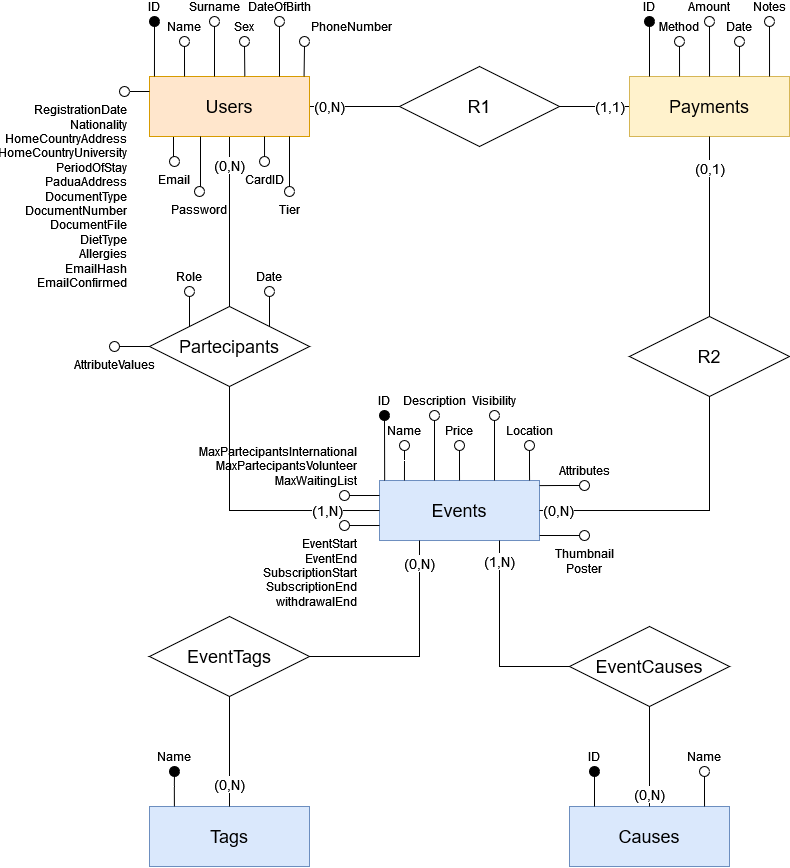
This is wa-homework-report/images/ERSchema.png from NonnoPinto/ESSENTLS-WebApplication2023, a draw.io export, as it was before one commit. Source tidied: cells renumbered, new cells last; positions are measured from the earlier drawing's top-left corner, leaving out a move shared by most shapes.
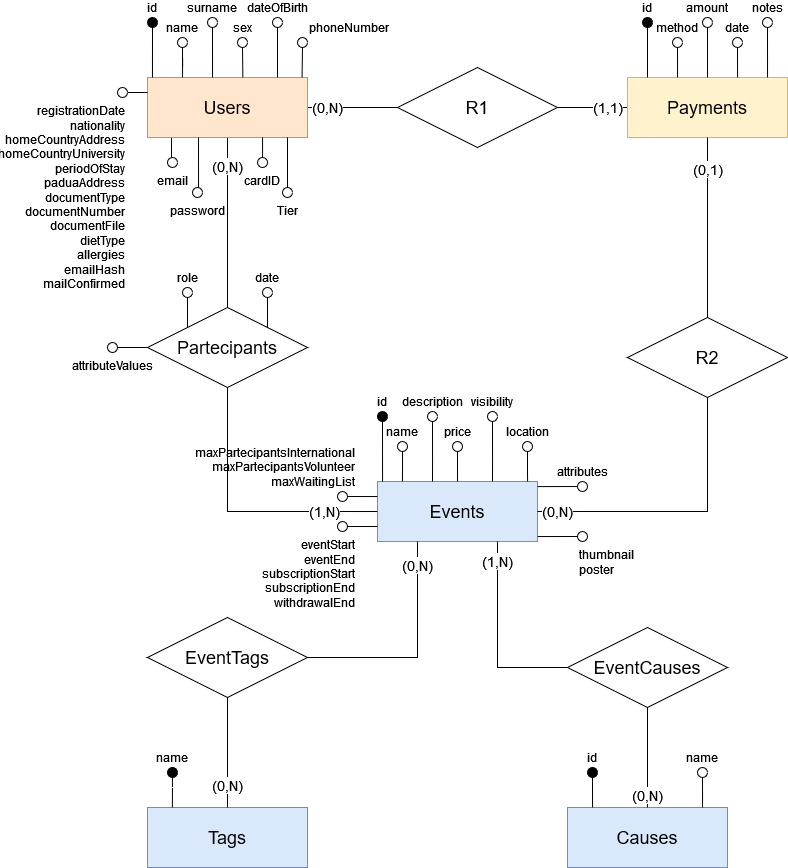
Later version of the same file.

The edit, as a diff of the source:
```diff
@@ -16,3 +16,3 @@
     </mxCell>
-    <mxCell id="6" value="ID" style="ellipse;whiteSpace=wrap;html=1;fontSize=12;labelPosition=center;verticalLabelPosition=top;align=center;verticalAlign=bottom;fillColor=#000000;" parent="1" vertex="1">
+    <mxCell id="6" value="id" style="ellipse;whiteSpace=wrap;html=1;fontSize=12;labelPosition=center;verticalLabelPosition=top;align=center;verticalAlign=bottom;fillColor=#000000;" parent="1" vertex="1">
       <mxGeometry x="40" width="10" height="10" as="geometry" />
@@ -22,3 +22,3 @@
     </mxCell>
-    <mxCell id="8" value="Name" style="ellipse;whiteSpace=wrap;html=1;labelPosition=center;verticalLabelPosition=top;align=center;verticalAlign=bottom;fontSize=12;" parent="1" vertex="1">
+    <mxCell id="8" value="name" style="ellipse;whiteSpace=wrap;html=1;labelPosition=center;verticalLabelPosition=top;align=center;verticalAlign=bottom;fontSize=12;" parent="1" vertex="1">
       <mxGeometry x="70" y="20" width="10" height="10" as="geometry" />
@@ -33,3 +33,3 @@
     </mxCell>
-    <mxCell id="10" value="Surname" style="ellipse;whiteSpace=wrap;html=1;labelPosition=center;verticalLabelPosition=top;align=center;verticalAlign=bottom;fontSize=12;" parent="1" vertex="1">
+    <mxCell id="10" value="surname" style="ellipse;whiteSpace=wrap;html=1;labelPosition=center;verticalLabelPosition=top;align=center;verticalAlign=bottom;fontSize=12;" parent="1" vertex="1">
       <mxGeometry x="100" width="10" height="10" as="geometry" />
@@ -39,3 +39,3 @@
     </mxCell>
-    <mxCell id="12" value="CardID" style="ellipse;whiteSpace=wrap;html=1;labelPosition=center;verticalLabelPosition=bottom;align=center;verticalAlign=top;fontSize=12;" parent="1" vertex="1">
+    <mxCell id="12" value="cardID" style="ellipse;whiteSpace=wrap;html=1;labelPosition=center;verticalLabelPosition=bottom;align=center;verticalAlign=top;fontSize=12;" parent="1" vertex="1">
       <mxGeometry x="150" y="140" width="10" height="10" as="geometry" />
@@ -104,3 +104,3 @@
     </mxCell>
-    <mxCell id="33" value="ID" style="ellipse;whiteSpace=wrap;html=1;fontSize=12;labelPosition=center;verticalLabelPosition=top;align=center;verticalAlign=bottom;fillColor=#000000;" parent="1" vertex="1">
+    <mxCell id="33" value="id" style="ellipse;whiteSpace=wrap;html=1;fontSize=12;labelPosition=center;verticalLabelPosition=top;align=center;verticalAlign=bottom;fillColor=#000000;" parent="1" vertex="1">
       <mxGeometry x="535" width="10" height="10" as="geometry" />
@@ -112,3 +112,3 @@
     </mxCell>
-    <mxCell id="35" value="&lt;div&gt;Method&lt;/div&gt;" style="ellipse;whiteSpace=wrap;html=1;labelPosition=center;verticalLabelPosition=top;align=center;verticalAlign=bottom;fontSize=12;" parent="1" vertex="1">
+    <mxCell id="35" value="&lt;div&gt;method&lt;/div&gt;" style="ellipse;whiteSpace=wrap;html=1;labelPosition=center;verticalLabelPosition=top;align=center;verticalAlign=bottom;fontSize=12;" parent="1" vertex="1">
       <mxGeometry x="565" y="20" width="10" height="10" as="geometry" />
@@ -123,3 +123,3 @@
     </mxCell>
-    <mxCell id="37" value="ID" style="ellipse;whiteSpace=wrap;html=1;fontSize=12;labelPosition=center;verticalLabelPosition=top;align=center;verticalAlign=bottom;fillColor=#000000;" parent="1" vertex="1">
+    <mxCell id="37" value="id" style="ellipse;whiteSpace=wrap;html=1;fontSize=12;labelPosition=center;verticalLabelPosition=top;align=center;verticalAlign=bottom;fillColor=#000000;" parent="1" vertex="1">
       <mxGeometry x="480" y="750" width="10" height="10" as="geometry" />
@@ -134,3 +134,3 @@
     </mxCell>
-    <mxCell id="39" value="Name" style="ellipse;whiteSpace=wrap;html=1;labelPosition=center;verticalLabelPosition=top;align=center;verticalAlign=bottom;fontSize=12;" parent="1" vertex="1">
+    <mxCell id="39" value="name" style="ellipse;whiteSpace=wrap;html=1;labelPosition=center;verticalLabelPosition=top;align=center;verticalAlign=bottom;fontSize=12;" parent="1" vertex="1">
       <mxGeometry x="590" y="750" width="10" height="10" as="geometry" />
@@ -147,3 +147,3 @@
     </mxCell>
-    <mxCell id="41" value="Name" style="ellipse;whiteSpace=wrap;html=1;fontSize=12;labelPosition=center;verticalLabelPosition=top;align=center;verticalAlign=bottom;fillColor=#000000;" parent="1" vertex="1">
+    <mxCell id="41" value="name" style="ellipse;whiteSpace=wrap;html=1;fontSize=12;labelPosition=center;verticalLabelPosition=top;align=center;verticalAlign=bottom;fillColor=#000000;" parent="1" vertex="1">
       <mxGeometry x="60" y="750" width="10" height="10" as="geometry" />
@@ -157,3 +157,3 @@
     </mxCell>
-    <mxCell id="43" value="ID" style="ellipse;whiteSpace=wrap;html=1;fontSize=12;labelPosition=center;verticalLabelPosition=top;align=center;verticalAlign=bottom;fillColor=#000000;" parent="1" vertex="1">
+    <mxCell id="43" value="id" style="ellipse;whiteSpace=wrap;html=1;fontSize=12;labelPosition=center;verticalLabelPosition=top;align=center;verticalAlign=bottom;fillColor=#000000;" parent="1" vertex="1">
       <mxGeometry x="270" y="394" width="10" height="10" as="geometry" />
@@ -169,3 +169,3 @@
     </mxCell>
-    <mxCell id="45" value="Name" style="ellipse;whiteSpace=wrap;html=1;labelPosition=center;verticalLabelPosition=top;align=center;verticalAlign=bottom;fontSize=12;" parent="1" vertex="1">
+    <mxCell id="45" value="name" style="ellipse;whiteSpace=wrap;html=1;labelPosition=center;verticalLabelPosition=top;align=center;verticalAlign=bottom;fontSize=12;" parent="1" vertex="1">
       <mxGeometry x="290" y="424" width="10" height="10" as="geometry" />
@@ -181,3 +181,3 @@
     </mxCell>
-    <mxCell id="47" value="Description" style="ellipse;whiteSpace=wrap;html=1;labelPosition=center;verticalLabelPosition=top;align=center;verticalAlign=bottom;fontSize=12;" parent="1" vertex="1">
+    <mxCell id="47" value="description" style="ellipse;whiteSpace=wrap;html=1;labelPosition=center;verticalLabelPosition=top;align=center;verticalAlign=bottom;fontSize=12;" parent="1" vertex="1">
       <mxGeometry x="320" y="394" width="10" height="10" as="geometry" />
@@ -193,3 +193,3 @@
     </mxCell>
-    <mxCell id="49" value="Price" style="ellipse;whiteSpace=wrap;html=1;labelPosition=center;verticalLabelPosition=top;align=center;verticalAlign=bottom;fontSize=12;" parent="1" vertex="1">
+    <mxCell id="49" value="price" style="ellipse;whiteSpace=wrap;html=1;labelPosition=center;verticalLabelPosition=top;align=center;verticalAlign=bottom;fontSize=12;" parent="1" vertex="1">
       <mxGeometry x="345" y="424" width="10" height="10" as="geometry" />
@@ -199,3 +199,3 @@
     </mxCell>
-    <mxCell id="51" value="Location" style="ellipse;whiteSpace=wrap;html=1;labelPosition=center;verticalLabelPosition=top;align=center;verticalAlign=bottom;fontSize=12;" parent="1" vertex="1">
+    <mxCell id="51" value="location" style="ellipse;whiteSpace=wrap;html=1;labelPosition=center;verticalLabelPosition=top;align=center;verticalAlign=bottom;fontSize=12;" parent="1" vertex="1">
       <mxGeometry x="415" y="424" width="10" height="10" as="geometry" />
@@ -207,3 +207,3 @@
     </mxCell>
-    <mxCell id="53" value="&lt;div&gt;EventStart&lt;/div&gt;&lt;div&gt;EventEnd&lt;/div&gt;&lt;div&gt;SubscriptionStart&lt;/div&gt;&lt;div&gt;SubscriptionEnd&lt;/div&gt;&lt;div&gt;withdrawalEnd&lt;br&gt;&lt;/div&gt;" style="ellipse;whiteSpace=wrap;html=1;labelPosition=right;verticalLabelPosition=bottom;align=right;verticalAlign=top;fontSize=12;" parent="1" vertex="1">
+    <mxCell id="53" value="&lt;div&gt;eventStart&lt;/div&gt;&lt;div&gt;eventEnd&lt;/div&gt;&lt;div&gt;subscriptionStart&lt;/div&gt;&lt;div&gt;subscriptionEnd&lt;/div&gt;&lt;div&gt;withdrawalEnd&lt;br&gt;&lt;/div&gt;" style="ellipse;whiteSpace=wrap;html=1;labelPosition=right;verticalLabelPosition=bottom;align=right;verticalAlign=top;fontSize=12;" parent="1" vertex="1">
       <mxGeometry x="230" y="504" width="10" height="10" as="geometry" />
@@ -215,3 +215,3 @@
     </mxCell>
-    <mxCell id="55" value="&lt;div&gt;MaxPartecipantsInternational&lt;/div&gt;&lt;div&gt;MaxPartecipantsVolunteer&lt;/div&gt;&lt;div&gt;MaxWaitingList&lt;br&gt;&lt;/div&gt;" style="ellipse;whiteSpace=wrap;html=1;labelPosition=right;verticalLabelPosition=top;align=right;verticalAlign=bottom;fontSize=12;" parent="1" vertex="1">
+    <mxCell id="55" value="&lt;div&gt;maxPartecipantsInternational&lt;/div&gt;&lt;div&gt;maxPartecipantsVolunteer&lt;/div&gt;&lt;div&gt;maxWaitingList&lt;br&gt;&lt;/div&gt;" style="ellipse;whiteSpace=wrap;html=1;labelPosition=right;verticalLabelPosition=top;align=right;verticalAlign=bottom;fontSize=12;" parent="1" vertex="1">
       <mxGeometry x="230" y="474" width="10" height="10" as="geometry" />
@@ -221,3 +221,3 @@
     </mxCell>
-    <mxCell id="57" value="Attributes" style="ellipse;whiteSpace=wrap;html=1;labelPosition=center;verticalLabelPosition=top;align=center;verticalAlign=bottom;fontSize=12;" parent="1" vertex="1">
+    <mxCell id="57" value="attributes" style="ellipse;whiteSpace=wrap;html=1;labelPosition=center;verticalLabelPosition=top;align=center;verticalAlign=bottom;fontSize=12;" parent="1" vertex="1">
       <mxGeometry x="470" y="464" width="10" height="10" as="geometry" />
@@ -227,3 +227,3 @@
     </mxCell>
-    <mxCell id="59" value="&lt;div&gt;Thumbnail&lt;/div&gt;&lt;div&gt;Poster&lt;br&gt;&lt;/div&gt;" style="ellipse;whiteSpace=wrap;html=1;labelPosition=center;verticalLabelPosition=bottom;align=center;verticalAlign=top;fontSize=12;" parent="1" vertex="1">
+    <mxCell id="59" value="&lt;div align=&quot;left&quot;&gt;thumbnail&lt;/div&gt;&lt;div align=&quot;left&quot;&gt;poster&lt;br&gt;&lt;/div&gt;" style="ellipse;whiteSpace=wrap;html=1;labelPosition=center;verticalLabelPosition=bottom;align=left;verticalAlign=top;fontSize=12;" parent="1" vertex="1">
       <mxGeometry x="470" y="514" width="10" height="10" as="geometry" />
@@ -233,3 +233,3 @@
     </mxCell>
-    <mxCell id="61" value="Email" style="ellipse;whiteSpace=wrap;html=1;labelPosition=center;verticalLabelPosition=bottom;align=center;verticalAlign=top;fontSize=12;" parent="1" vertex="1">
+    <mxCell id="61" value="email" style="ellipse;whiteSpace=wrap;html=1;labelPosition=center;verticalLabelPosition=bottom;align=center;verticalAlign=top;fontSize=12;" parent="1" vertex="1">
       <mxGeometry x="60" y="140" width="10" height="10" as="geometry" />
@@ -244,3 +244,3 @@
     </mxCell>
-    <mxCell id="63" value="Password" style="ellipse;whiteSpace=wrap;html=1;labelPosition=center;verticalLabelPosition=bottom;align=center;verticalAlign=top;fontSize=12;" parent="1" vertex="1">
+    <mxCell id="63" value="password" style="ellipse;whiteSpace=wrap;html=1;labelPosition=center;verticalLabelPosition=bottom;align=center;verticalAlign=top;fontSize=12;" parent="1" vertex="1">
       <mxGeometry x="85" y="170" width="10" height="10" as="geometry" />
@@ -250,3 +250,3 @@
     </mxCell>
-    <mxCell id="65" value="Date" style="ellipse;whiteSpace=wrap;html=1;labelPosition=center;verticalLabelPosition=top;align=center;verticalAlign=bottom;fontSize=12;" parent="1" vertex="1">
+    <mxCell id="65" value="date" style="ellipse;whiteSpace=wrap;html=1;labelPosition=center;verticalLabelPosition=top;align=center;verticalAlign=bottom;fontSize=12;" parent="1" vertex="1">
       <mxGeometry x="155" y="270" width="10" height="10" as="geometry" />
@@ -256,3 +256,3 @@
     </mxCell>
-    <mxCell id="67" value="Role" style="ellipse;whiteSpace=wrap;html=1;labelPosition=center;verticalLabelPosition=top;align=center;verticalAlign=bottom;fontSize=12;" parent="1" vertex="1">
+    <mxCell id="67" value="role" style="ellipse;whiteSpace=wrap;html=1;labelPosition=center;verticalLabelPosition=top;align=center;verticalAlign=bottom;fontSize=12;" parent="1" vertex="1">
       <mxGeometry x="75" y="270" width="10" height="10" as="geometry" />
@@ -266,3 +266,3 @@
     </mxCell>
-    <mxCell id="69" value="Sex" style="ellipse;whiteSpace=wrap;html=1;labelPosition=center;verticalLabelPosition=top;align=center;verticalAlign=bottom;fontSize=12;" parent="1" vertex="1">
+    <mxCell id="69" value="sex" style="ellipse;whiteSpace=wrap;html=1;labelPosition=center;verticalLabelPosition=top;align=center;verticalAlign=bottom;fontSize=12;" parent="1" vertex="1">
       <mxGeometry x="130" y="20" width="10" height="10" as="geometry" />
@@ -277,3 +277,3 @@
     </mxCell>
-    <mxCell id="71" value="&lt;div&gt;DateOfBirth&lt;/div&gt;" style="ellipse;whiteSpace=wrap;html=1;labelPosition=center;verticalLabelPosition=top;align=center;verticalAlign=bottom;fontSize=12;" parent="1" vertex="1">
+    <mxCell id="71" value="&lt;div&gt;dateOfBirth&lt;/div&gt;" style="ellipse;whiteSpace=wrap;html=1;labelPosition=center;verticalLabelPosition=top;align=center;verticalAlign=bottom;fontSize=12;" parent="1" vertex="1">
       <mxGeometry x="165" width="10" height="10" as="geometry" />
@@ -288,6 +288,6 @@
     </mxCell>
-    <mxCell id="73" value="&lt;div style=&quot;font-size: 12px;&quot;&gt;RegistrationDate&lt;/div&gt;&lt;div style=&quot;font-size: 12px;&quot;&gt;Nationality&lt;/div&gt;&lt;div style=&quot;font-size: 12px;&quot;&gt;HomeCountryAddress&lt;/div&gt;&lt;div style=&quot;font-size: 12px;&quot;&gt;HomeCountryUniversity&lt;/div&gt;&lt;div style=&quot;font-size: 12px;&quot;&gt;PeriodOfStay&lt;/div&gt;&lt;div style=&quot;font-size: 12px;&quot;&gt;PaduaAddress&lt;/div&gt;&lt;div style=&quot;font-size: 12px;&quot;&gt;DocumentType&lt;/div&gt;&lt;div style=&quot;font-size: 12px;&quot;&gt;DocumentNumber&lt;/div&gt;&lt;div style=&quot;font-size: 12px;&quot;&gt;DocumentFile&lt;/div&gt;&lt;div style=&quot;font-size: 12px;&quot;&gt;DietType&lt;/div&gt;&lt;div style=&quot;font-size: 12px;&quot;&gt;Allergies&lt;/div&gt;&lt;div style=&quot;font-size: 12px;&quot;&gt;EmailHash&lt;/div&gt;&lt;div style=&quot;font-size: 12px;&quot;&gt;EmailConfirmed&lt;br style=&quot;font-size: 12px;&quot;&gt;&lt;/div&gt;" style="ellipse;whiteSpace=wrap;html=1;labelPosition=center;verticalLabelPosition=bottom;align=right;verticalAlign=top;fontSize=12;" parent="1" vertex="1">
+    <mxCell id="73" value="&lt;div style=&quot;font-size: 12px;&quot;&gt;registrationDate&lt;/div&gt;&lt;div style=&quot;font-size: 12px;&quot;&gt;nationality&lt;/div&gt;&lt;div style=&quot;font-size: 12px;&quot;&gt;homeCountryAddress&lt;/div&gt;&lt;div style=&quot;font-size: 12px;&quot;&gt;homeCountryUniversity&lt;/div&gt;&lt;div style=&quot;font-size: 12px;&quot;&gt;periodOfStay&lt;/div&gt;&lt;div style=&quot;font-size: 12px;&quot;&gt;paduaAddress&lt;/div&gt;&lt;div style=&quot;font-size: 12px;&quot;&gt;documentType&lt;/div&gt;&lt;div style=&quot;font-size: 12px;&quot;&gt;documentNumber&lt;/div&gt;&lt;div style=&quot;font-size: 12px;&quot;&gt;documentFile&lt;/div&gt;&lt;div style=&quot;font-size: 12px;&quot;&gt;dietType&lt;/div&gt;&lt;div style=&quot;font-size: 12px;&quot;&gt;allergies&lt;/div&gt;&lt;div style=&quot;font-size: 12px;&quot;&gt;emailHash&lt;/div&gt;&lt;div style=&quot;font-size: 12px;&quot;&gt;mailConfirmed&lt;br style=&quot;font-size: 12px;&quot;&gt;&lt;/div&gt;" style="ellipse;whiteSpace=wrap;html=1;labelPosition=center;verticalLabelPosition=bottom;align=right;verticalAlign=top;fontSize=12;" parent="1" vertex="1">
       <mxGeometry x="10" y="70" width="10" height="10" as="geometry" />
     </mxCell>
-    <mxCell id="74" value="&lt;div&gt;PhoneNumber&lt;/div&gt;" style="ellipse;whiteSpace=wrap;html=1;labelPosition=right;verticalLabelPosition=top;align=left;verticalAlign=bottom;fontSize=12;" parent="1" vertex="1">
+    <mxCell id="74" value="&lt;div&gt;phoneNumber&lt;/div&gt;" style="ellipse;whiteSpace=wrap;html=1;labelPosition=right;verticalLabelPosition=top;align=left;verticalAlign=bottom;fontSize=12;" parent="1" vertex="1">
       <mxGeometry x="190" y="20" width="10" height="10" as="geometry" />
@@ -297,3 +297,3 @@
     </mxCell>
-    <mxCell id="76" value="Amount" style="ellipse;whiteSpace=wrap;html=1;labelPosition=center;verticalLabelPosition=top;align=center;verticalAlign=bottom;fontSize=12;" parent="1" vertex="1">
+    <mxCell id="76" value="amount" style="ellipse;whiteSpace=wrap;html=1;labelPosition=center;verticalLabelPosition=top;align=center;verticalAlign=bottom;fontSize=12;" parent="1" vertex="1">
       <mxGeometry x="595" width="10" height="10" as="geometry" />
@@ -305,3 +305,3 @@
     </mxCell>
-    <mxCell id="78" value="Notes" style="ellipse;whiteSpace=wrap;html=1;labelPosition=center;verticalLabelPosition=top;align=center;verticalAlign=bottom;fontSize=12;" parent="1" vertex="1">
+    <mxCell id="78" value="notes" style="ellipse;whiteSpace=wrap;html=1;labelPosition=center;verticalLabelPosition=top;align=center;verticalAlign=bottom;fontSize=12;" parent="1" vertex="1">
       <mxGeometry x="655" width="10" height="10" as="geometry" />
@@ -313,3 +313,3 @@
     </mxCell>
-    <mxCell id="80" value="Date" style="ellipse;whiteSpace=wrap;html=1;labelPosition=center;verticalLabelPosition=top;align=center;verticalAlign=bottom;fontSize=12;" parent="1" vertex="1">
+    <mxCell id="80" value="date" style="ellipse;whiteSpace=wrap;html=1;labelPosition=center;verticalLabelPosition=top;align=center;verticalAlign=bottom;fontSize=12;" parent="1" vertex="1">
       <mxGeometry x="625" y="20" width="10" height="10" as="geometry" />
@@ -321,3 +321,3 @@
     </mxCell>
-    <mxCell id="82" value="AttributeValues" style="ellipse;whiteSpace=wrap;html=1;labelPosition=center;verticalLabelPosition=bottom;align=center;verticalAlign=top;fontSize=12;direction=west;" parent="1" vertex="1">
+    <mxCell id="82" value="attributeValues" style="ellipse;whiteSpace=wrap;html=1;labelPosition=center;verticalLabelPosition=bottom;align=center;verticalAlign=top;fontSize=12;direction=west;" parent="1" vertex="1">
       <mxGeometry y="325" width="10" height="10" as="geometry" />
@@ -336,3 +336,3 @@
     </mxCell>
-    <mxCell id="85" value="Visibility" style="ellipse;whiteSpace=wrap;html=1;labelPosition=center;verticalLabelPosition=top;align=center;verticalAlign=bottom;fontSize=12;" parent="1" vertex="1">
+    <mxCell id="85" value="visibility" style="ellipse;whiteSpace=wrap;html=1;labelPosition=center;verticalLabelPosition=top;align=center;verticalAlign=bottom;fontSize=12;" parent="1" vertex="1">
       <mxGeometry x="380" y="394" width="10" height="10" as="geometry" />
```
